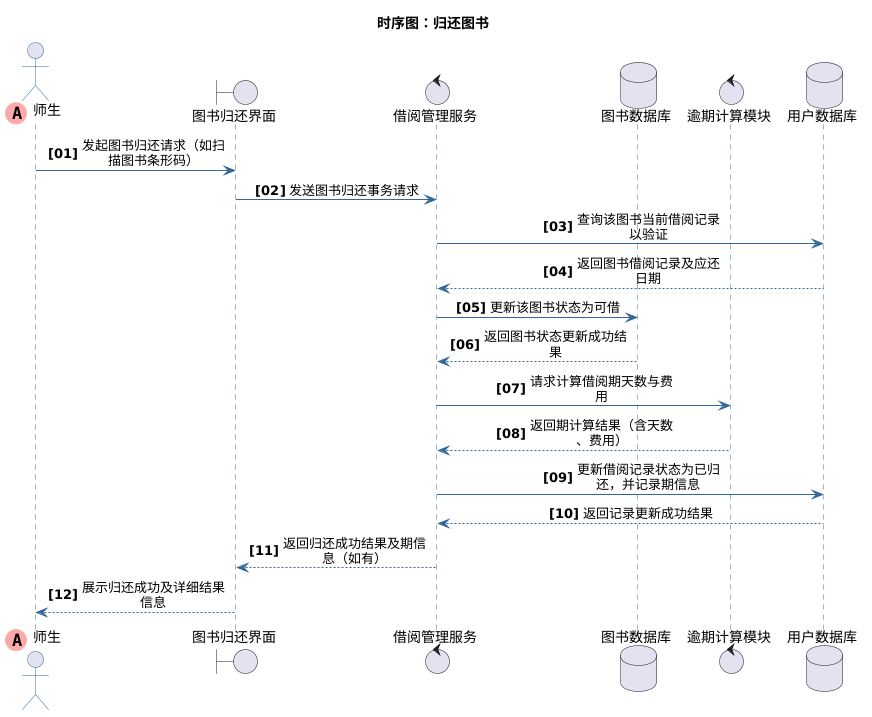
This is output/library_UML/sequence_diagrams/归还图书.png from Sunday17/UML-LLM, a PlantUML export, as it was before one commit.
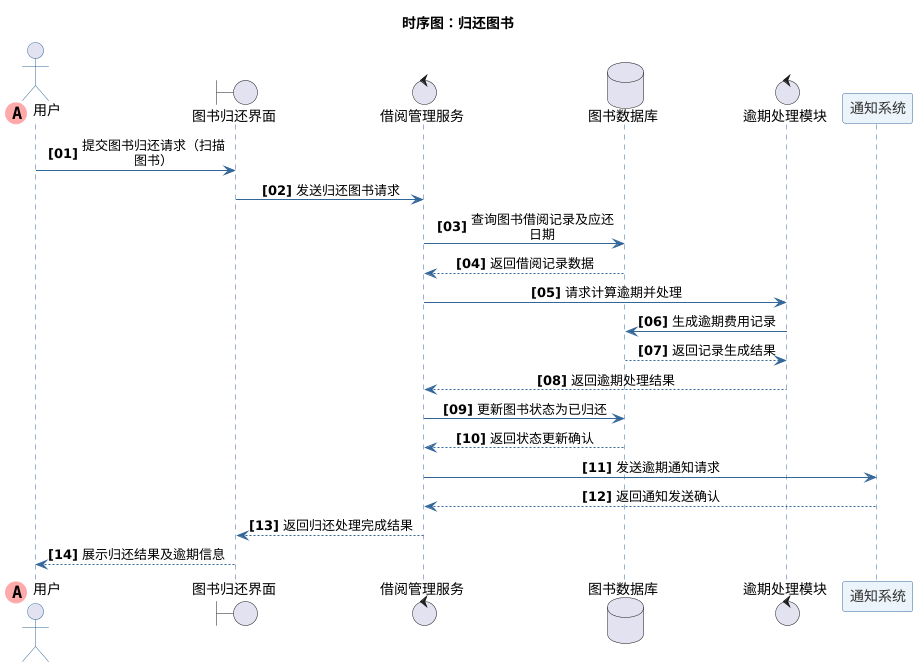
The same file after the commit.

What changed in the source:
```diff
@@ -29,7 +29,7 @@
 
 
 
-actor "师生" << (A,#FFAAAA) >> order 0
+actor "用户" << (A,#FFAAAA) >> order 0
 
 
 
@@ -53,13 +53,13 @@
 
 
 
-control "逾期计算模块"
+control "逾期处理模块"
 
 
 
 
 
-database "用户数据库"
+participant "通知系统"
 
 
 
@@ -68,49 +68,57 @@
 
 
 
-"师生" -> "图书归还界面" : 发起图书归还请求（如扫描图书条形码）
+"用户" -> "图书归还界面" : 提交图书归还请求（扫描图书）
 
 
 
-"图书归还界面" -> "借阅管理服务" : 发送图书归还事务请求
+"图书归还界面" -> "借阅管理服务" : 发送归还图书请求
 
 
 
-"借阅管理服务" -> "用户数据库" : 查询该图书当前借阅记录以验证
+"借阅管理服务" -> "图书数据库" : 查询图书借阅记录及应还日期
 
 
 
-"用户数据库" --> "借阅管理服务" : 返回图书借阅记录及应还日期
+"图书数据库" --> "借阅管理服务" : 返回借阅记录数据
 
 
 
-"借阅管理服务" -> "图书数据库" : 更新该图书状态为可借
+"借阅管理服务" -> "逾期处理模块" : 请求计算逾期并处理
 
 
 
-"图书数据库" --> "借阅管理服务" : 返回图书状态更新成功结果
+"逾期处理模块" -> "图书数据库" : 生成逾期费用记录
 
 
 
-"借阅管理服务" -> "逾期计算模块" : 请求计算借阅逾期天数与费用
+"图书数据库" --> "逾期处理模块" : 返回记录生成结果
 
 
 
-"逾期计算模块" --> "借阅管理服务" : 返回逾期计算结果（含天数、费用）
+"逾期处理模块" --> "借阅管理服务" : 返回逾期处理结果
 
 
 
-"借阅管理服务" -> "用户数据库" : 更新借阅记录状态为已归还，并记录逾期信息
+"借阅管理服务" -> "图书数据库" : 更新图书状态为已归还
 
 
 
-"用户数据库" --> "借阅管理服务" : 返回记录更新成功结果
+"图书数据库" --> "借阅管理服务" : 返回状态更新确认
 
 
 
-"借阅管理服务" --> "图书归还界面" : 返回归还成功结果及逾期信息（如有）
+"借阅管理服务" -> "通知系统" : 发送逾期通知请求
 
 
 
-"图书归还界面" --> "师生" : 展示归还成功及详细结果信息
+"通知系统" --> "借阅管理服务" : 返回通知发送确认
+
+
+
+"借阅管理服务" --> "图书归还界面" : 返回归还处理完成结果
+
+
+
+"图书归还界面" --> "用户" : 展示归还结果及逾期信息
 @enduml
```
